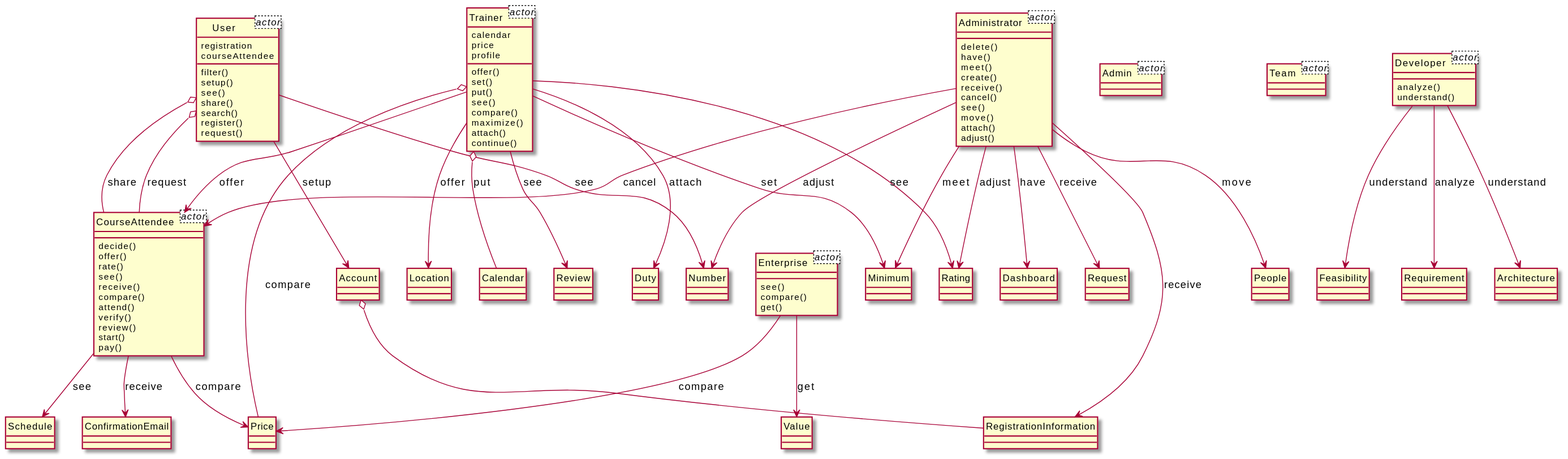
Above: output/diagram_5/2014-USC-Project11.svg in xixixhalu/DomainModelExtractor (PlantUML), before the change.
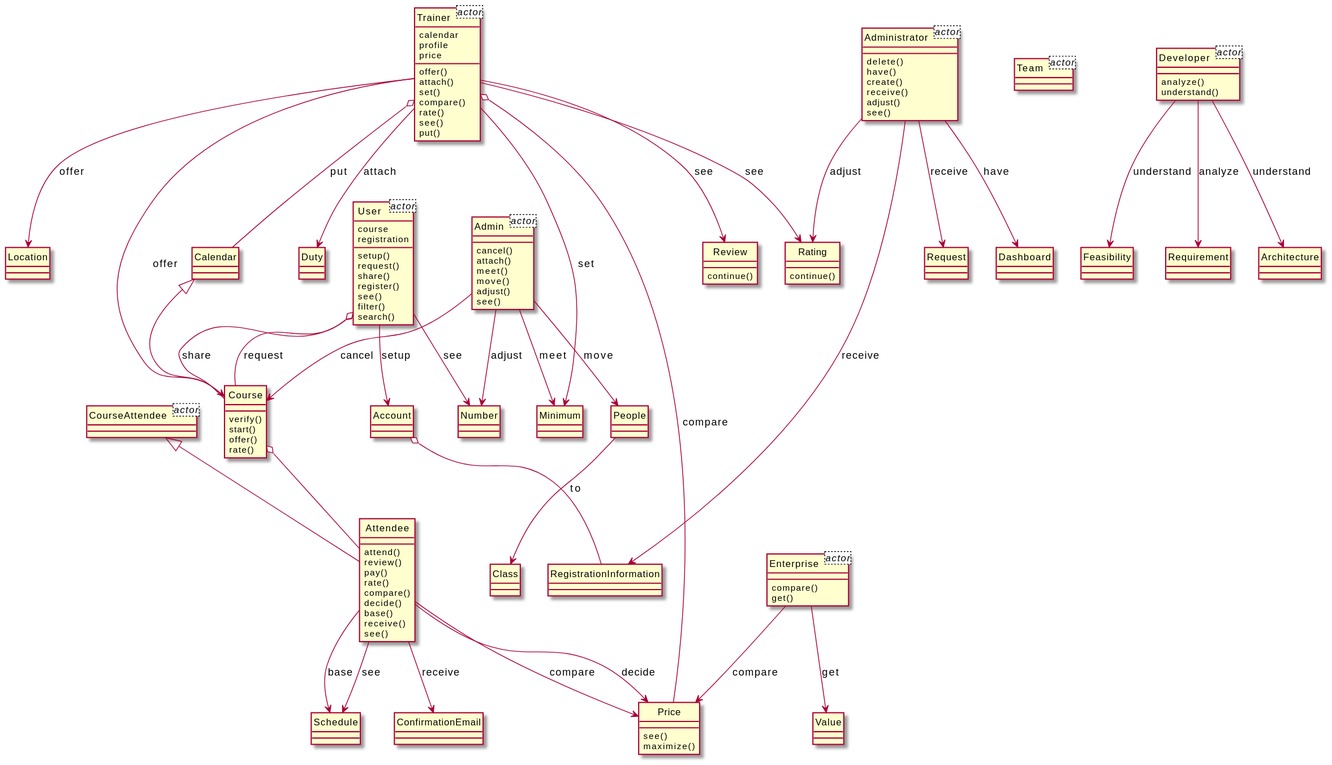
Later version of the same file.

The edit, as a diff of the source:
```diff
@@ -1,15 +1,15 @@
 @startuml
 hide circle
 class User<actor> {
+	course
 	registration
-	courseAttendee
 }
 class CourseAttendee<actor> {
 }
 class Trainer<actor> {
 	calendar
+	profile
 	price
-	profile
 }
 class Enterprise<actor> {
 }
@@ -23,17 +23,74 @@
 }
 class RegistrationInformation {
 }
+class Attendee {
+	attend()
+	review()
+	pay()
+	rate()
+	compare()
+	decide()
+	base()
+	receive()
+	see()
+}
+class Enterprise {
+	compare()
+	get()
+}
+class Value {
+}
+class Admin {
+	cancel()
+	attach()
+	meet()
+	move()
+	adjust()
+	see()
+}
+class Minimum {
+}
+class Administrator {
+	delete()
+	have()
+	create()
+	receive()
+	adjust()
+	see()
+}
+class User {
+	setup()
+	request()
+	share()
+	register()
+	see()
+	filter()
+	search()
+}
+class Number {
+}
 class Trainer {
 	offer()
+	attach()
 	set()
+	compare()
+	rate()
+	see()
 	put()
+}
+class Course {
+	verify()
+	start()
+	offer()
+	rate()
+}
+class People {
+}
+class Price {
 	see()
-	compare()
 	maximize()
-	attach()
-	continue()
 }
-class Review {
+class Location {
 }
 class Developer {
 	analyze()
@@ -41,104 +98,67 @@
 }
 class Feasibility {
 }
+class Schedule {
+}
 class Duty {
 }
-class User {
-	filter()
-	setup()
-	see()
-	share()
-	search()
-	register()
-	request()
+class Calendar {
 }
-class CourseAttendee {
-	decide()
-	offer()
-	rate()
-	see()
-	receive()
-	compare()
-	attend()
-	verify()
-	review()
-	start()
-	pay()
-}
-class Administrator {
-	delete()
-	have()
-	meet()
-	create()
-	receive()
-	cancel()
-	see()
-	move()
-	attach()
-	adjust()
-}
-class Price {
-}
-class Rating {
-}
-class People {
-}
-class Minimum {
-}
-class Enterprise {
-	see()
-	compare()
-	get()
-}
-class Value {
+class ConfirmationEmail {
 }
 class Account {
 }
-class Number {
+class Request {
 }
-class Schedule {
+class Rating {
+	continue()
+}
+class Review {
+	continue()
 }
 class Dashboard {
 }
 class Requirement {
 }
-class Location {
-}
-class Calendar {
-}
-class Request {
-}
-class ConfirmationEmail {
-}
 class Architecture {
 }
+class CourseAttendee {
+}
+class Class {
+}
+Admin --> Minimum : meet
+Admin --> Course : cancel
+Attendee --> Price : compare
+Trainer --> Review : see
+Administrator --> Dashboard : have
+Trainer --> Duty : attach
+Enterprise --> Price : compare
+User --> Number : see
+Developer --> Requirement : analyze
+Trainer --> Minimum : set
+Course o-- Attendee
+User o-- Course : share
+Trainer o-- Calendar : put
+Trainer --> Course : offer
+Developer --> Architecture : understand
+Admin --> Number : adjust
+Account o-- RegistrationInformation
+Trainer o-- Price : compare
+Calendar <|-- Course
+Admin --> People : move
+CourseAttendee <|-- Attendee
+User o-- Course : request
+Attendee --> Schedule : base
+Attendee --> ConfirmationEmail : receive
+People --> Class : to
+Attendee --> Price : decide
+User --> Account : setup
+Trainer --> Location : offer
+Administrator --> Request : receive
+Trainer --> Rating : see
+Administrator --> RegistrationInformation : receive
+Attendee --> Schedule : see
+Enterprise --> Value : get
+Administrator --> Rating : adjust
 Developer --> Feasibility : understand
-CourseAttendee --> ConfirmationEmail : receive
-Account o-- RegistrationInformation
-Trainer --> Duty : attach
-User --> Number : see
-Developer --> Architecture : understand
-Administrator --> Number : adjust
-User o-- CourseAttendee : request
-CourseAttendee --> Schedule : see
-User o-- CourseAttendee : share
-Administrator --> RegistrationInformation : receive
-Administrator --> Dashboard : have
-CourseAttendee --> Price : compare
-Trainer --> CourseAttendee : offer
-Administrator --> Rating : adjust
-Trainer --> Rating : see
-Administrator --> CourseAttendee : cancel
-Developer --> Requirement : analyze
-Enterprise --> Price : compare
-Administrator --> People : move
-Trainer --> Location : offer
-Trainer --> Minimum : set
-Trainer o-- Calendar : put
-Trainer o-- Price : compare
-Trainer --> Review : see
-Administrator --> Minimum : meet
-Enterprise --> Value : get
-Administrator --> Request : receive
-User --> Account : setup
 @enduml
```
